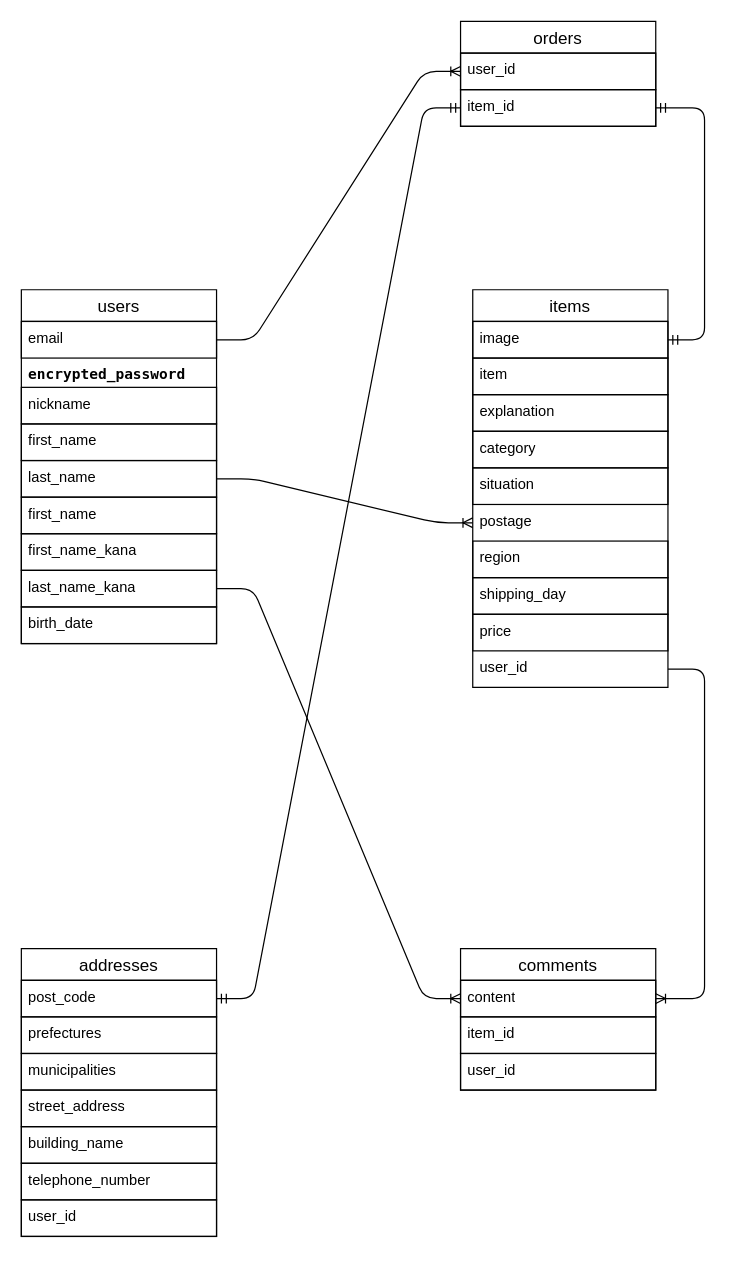
Earlier version of the draw.io diagram furima.dio (shota-kita/furima-42227). Source tidied: cells renumbered, new cells numbered last; positions are measured from the earlier drawing's top-left corner, leaving out a move shared by most shapes. Both pictures are drawn from the tidied source at 122%, with x=0, y=0 at pixel (21, 21).
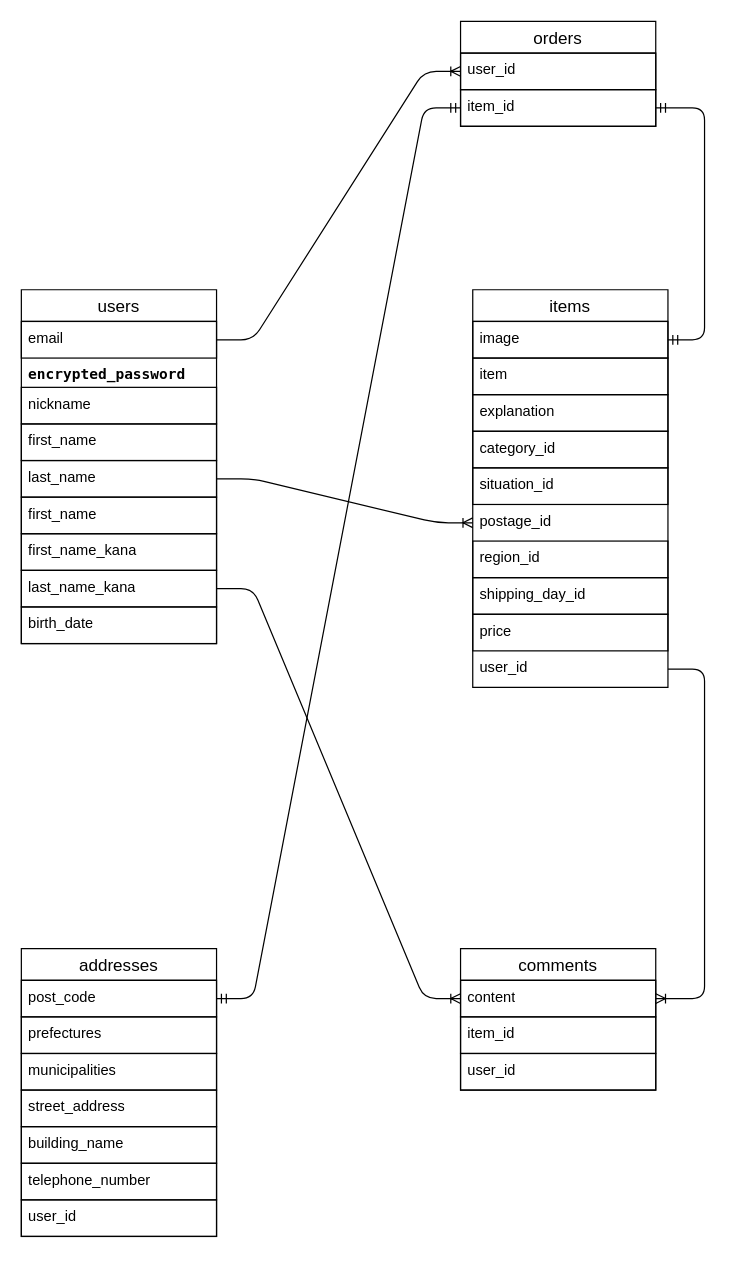
The same page after the edit.

Commit message (it also covers changes not shown here):
DB設計の修正

Unchanged cells that the change refers to:
```xml
<mxCell id="12" value="items" style="swimlane;fontStyle=0;horizontal=1;startSize=26;align=center;fontSize=14;" parent="1" vertex="1">
  <mxGeometry x="370" y="220" width="160" height="326" as="geometry" />
</mxCell>
```

What changed in the source:
```diff
@@
-    <mxCell id="16" value="category" style="text;strokeColor=default;fillColor=none;spacingLeft=4;spacingRight=4;overflow=hidden;fontSize=12;whiteSpace=wrap;html=1;" parent="12" vertex="1">
+    <mxCell id="16" value="category_id" style="text;strokeColor=default;fillColor=none;spacingLeft=4;spacingRight=4;overflow=hidden;fontSize=12;whiteSpace=wrap;html=1;" parent="12" vertex="1">
       <mxGeometry y="116" width="160" height="30" as="geometry" />
     </mxCell>
-    <mxCell id="17" value="situation" style="text;strokeColor=default;fillColor=none;spacingLeft=4;spacingRight=4;overflow=hidden;fontSize=12;whiteSpace=wrap;html=1;" parent="12" vertex="1">
+    <mxCell id="17" value="situation_id" style="text;strokeColor=default;fillColor=none;spacingLeft=4;spacingRight=4;overflow=hidden;fontSize=12;whiteSpace=wrap;html=1;" parent="12" vertex="1">
       <mxGeometry y="146" width="160" height="30" as="geometry" />
     </mxCell>
-    <mxCell id="18" value="postage" style="text;strokeColor=none;fillColor=none;spacingLeft=4;spacingRight=4;overflow=hidden;points=[[0,0.5],[1,0.5]];portConstraint=eastwest;fontSize=12;whiteSpace=wrap;html=1;" parent="12" vertex="1">
+    <mxCell id="18" value="postage_id" style="text;strokeColor=none;fillColor=none;spacingLeft=4;spacingRight=4;overflow=hidden;points=[[0,0.5],[1,0.5]];portConstraint=eastwest;fontSize=12;whiteSpace=wrap;html=1;" parent="12" vertex="1">
       <mxGeometry y="176" width="160" height="30" as="geometry" />
     </mxCell>
-    <mxCell id="19" value="region" style="text;strokeColor=default;fillColor=none;spacingLeft=4;spacingRight=4;overflow=hidden;fontSize=12;whiteSpace=wrap;html=1;" parent="12" vertex="1">
+    <mxCell id="19" value="region_id" style="text;strokeColor=default;fillColor=none;spacingLeft=4;spacingRight=4;overflow=hidden;fontSize=12;whiteSpace=wrap;html=1;" parent="12" vertex="1">
       <mxGeometry y="206" width="160" height="30" as="geometry" />
     </mxCell>
-    <mxCell id="20" value="shipping_day" style="text;strokeColor=default;fillColor=none;spacingLeft=4;spacingRight=4;overflow=hidden;fontSize=12;whiteSpace=wrap;html=1;" parent="12" vertex="1">
+    <mxCell id="20" value="shipping_day_id" style="text;strokeColor=default;fillColor=none;spacingLeft=4;spacingRight=4;overflow=hidden;fontSize=12;whiteSpace=wrap;html=1;" parent="12" vertex="1">
       <mxGeometry y="236" width="160" height="30" as="geometry" />
     </mxCell>
```
